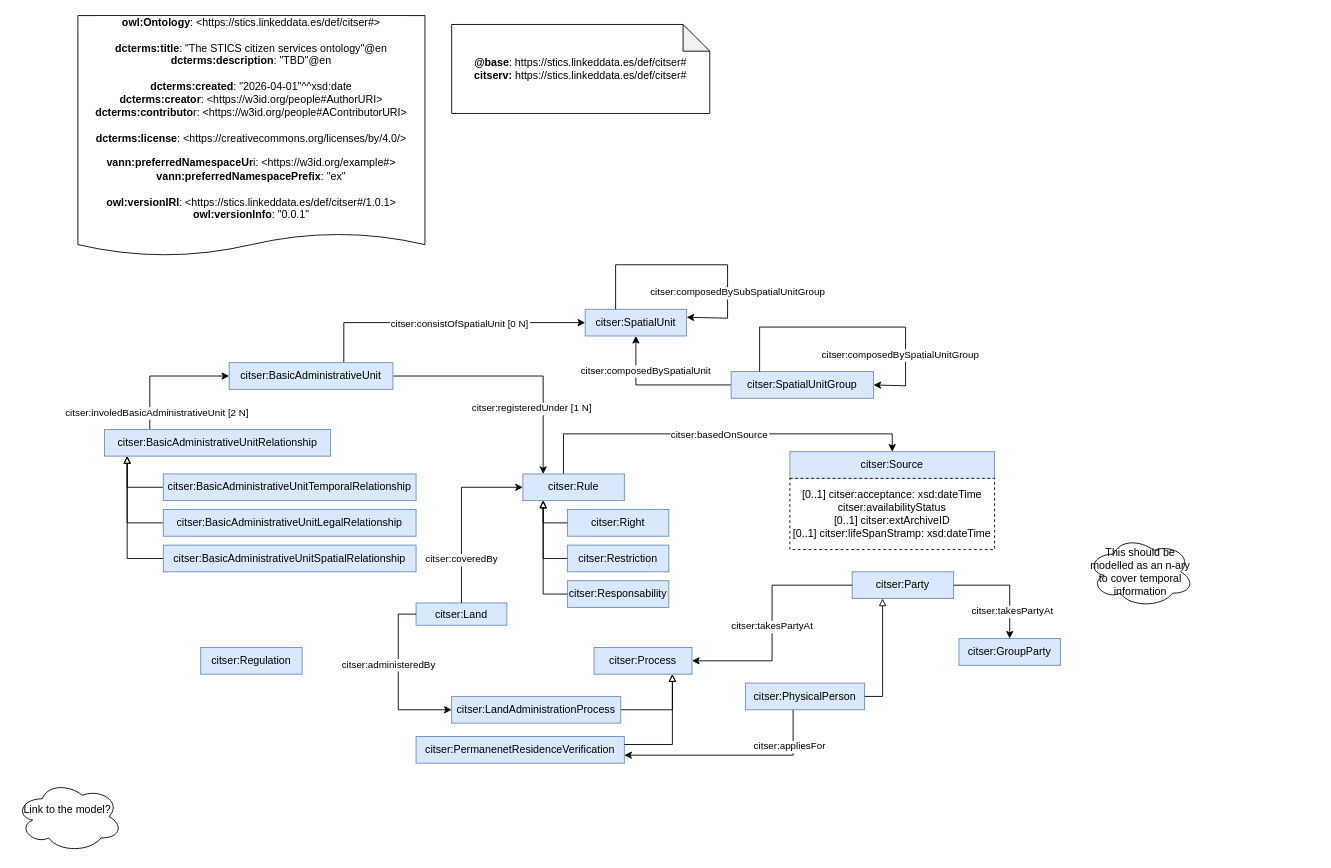
The draw.io diagram diagrams/citser.drawio in STICS-UPM/Ontology-Citizens-Services, before the edit. Source tidied: cells renumbered, new cells numbered last; positions are measured from the earlier drawing's top-left corner, leaving out a move shared by most shapes. Both pictures are drawn from the tidied source at 89%, with x=0, y=0 at pixel (15, 15).
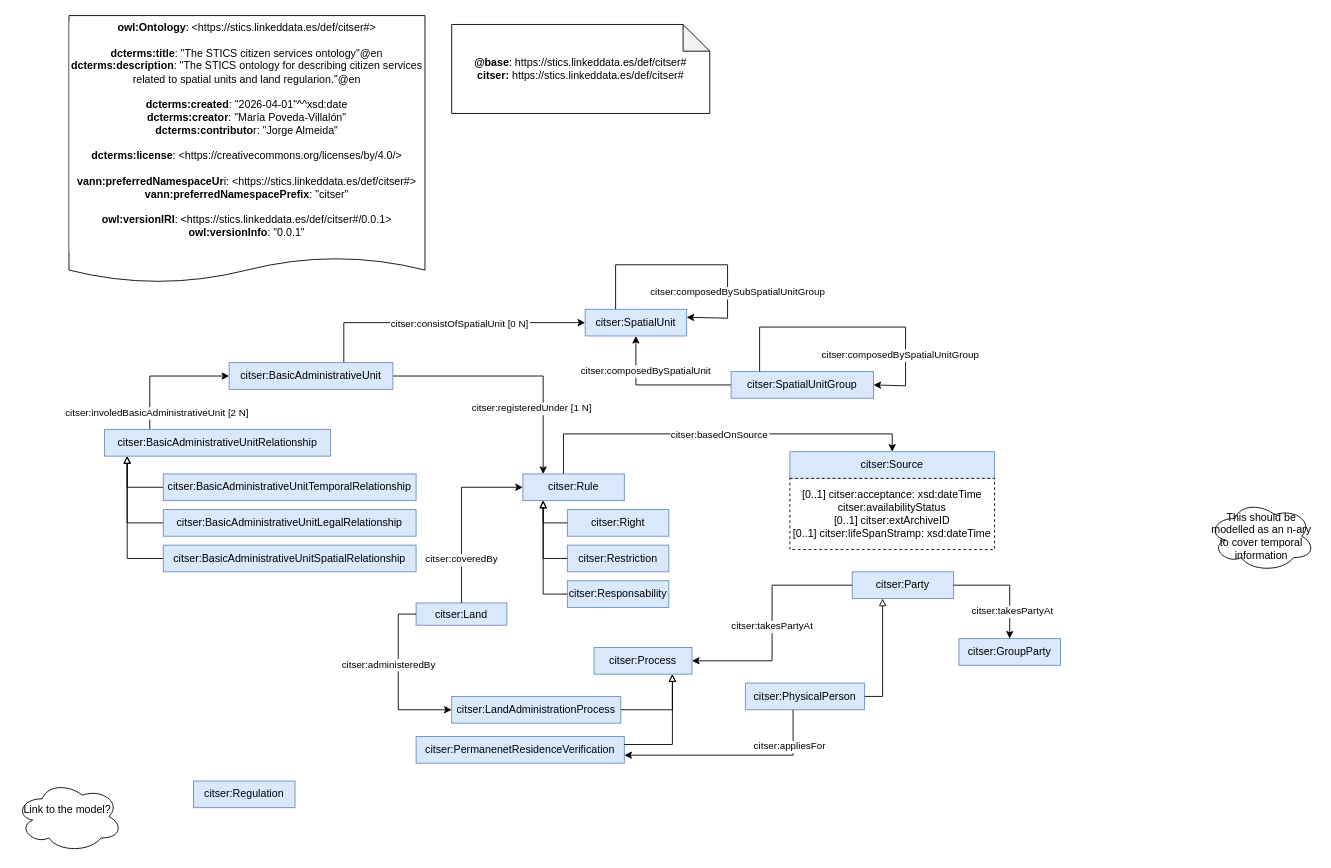
After the change.

Change to the diagram source:
```diff
@@
-    <mxCell id="3" value="&lt;div&gt;&lt;b style=&quot;border-color: var(--border-color);&quot;&gt;owl:Ontology&lt;/b&gt;: &amp;lt;https://stics.linkeddata.es/def/citser#&amp;gt;&lt;b&gt;&lt;br&gt;&lt;/b&gt;&lt;/div&gt;&lt;div&gt;&lt;b&gt;&lt;br&gt;&lt;/b&gt;&lt;/div&gt;&lt;div&gt;&lt;span style=&quot;background-color: light-dark(rgb(255, 255, 255), rgb(18, 18, 18));&quot;&gt;&lt;b&gt;dcterms&lt;/b&gt;&lt;/span&gt;&lt;b&gt;:title&lt;/b&gt;: &quot;The STICS citizen services ontology&quot;@en &lt;br&gt;&lt;b&gt;dcterms&lt;/b&gt;&lt;b&gt;:description&lt;/b&gt;: &quot;TBD&quot;@en &lt;br&gt;&lt;br&gt;&lt;b&gt;dcterms&lt;/b&gt;&lt;b&gt;:created&lt;/b&gt;: &quot;2026-04-01&quot;^^xsd:date &lt;br&gt;&lt;b&gt;dcterms&lt;/b&gt;&lt;b&gt;:creator&lt;/b&gt;: &amp;lt;https://w3id.org/people#AuthorURI&amp;gt;&lt;br&gt;&lt;b&gt;dcterms&lt;/b&gt;&lt;b&gt;:contributo&lt;/b&gt;r: &amp;lt;https://w3id.org/people#AContributorURI&amp;gt;&lt;br&gt;&lt;br&gt;&lt;b&gt;dcterms&lt;/b&gt;&lt;b&gt;:license&lt;/b&gt;: &amp;lt;https://creativecommons.org/licenses/by/4.0/&amp;gt;&lt;br&gt;&lt;/div&gt;&lt;div&gt;&lt;br&gt;&lt;/div&gt;&lt;div&gt;&lt;b&gt;vann:preferredNamespaceUr&lt;/b&gt;i: &amp;lt;https://w3id.org/example#&amp;gt;&lt;br&gt;&lt;b&gt;vann:preferredNamespacePrefix&lt;/b&gt;: &quot;ex&quot; &lt;br&gt;&lt;br&gt;&lt;b&gt;owl:versionIRI&lt;/b&gt;: &amp;lt;https://stics.linkeddata.es/def/citser#/1.0.1&amp;gt;&lt;br&gt;&lt;b&gt;owl:versionInfo&lt;/b&gt;: &quot;0.0.1&quot;&lt;br&gt;&lt;br&gt;&lt;/div&gt;" style="shape=document;whiteSpace=wrap;html=1;boundedLbl=1;labelBackgroundColor=#ffffff;strokeColor=#000000;fontSize=12;fontColor=#000000;size=0.09375;" parent="1" vertex="1">
-      <mxGeometry x="70" width="390" height="270" as="geometry" />
+    <mxCell id="3" value="&lt;div&gt;&lt;b style=&quot;border-color: var(--border-color);&quot;&gt;owl:Ontology&lt;/b&gt;: &amp;lt;https://stics.linkeddata.es/def/citser#&amp;gt;&lt;b&gt;&lt;br&gt;&lt;/b&gt;&lt;/div&gt;&lt;div&gt;&lt;b&gt;&lt;br&gt;&lt;/b&gt;&lt;/div&gt;&lt;div&gt;&lt;span style=&quot;background-color: light-dark(rgb(255, 255, 255), rgb(18, 18, 18));&quot;&gt;&lt;b&gt;dcterms&lt;/b&gt;&lt;/span&gt;&lt;b&gt;:title&lt;/b&gt;: &quot;The STICS citizen services ontology&quot;@en &lt;br&gt;&lt;b&gt;dcterms&lt;/b&gt;&lt;b&gt;:description&lt;/b&gt;: &quot;The STICS ontology for describing citizen services related to spatial units and land regularion.&quot;@en &lt;br&gt;&lt;br&gt;&lt;b&gt;dcterms&lt;/b&gt;&lt;b&gt;:created&lt;/b&gt;: &quot;2026-04-01&quot;^^xsd:date &lt;br&gt;&lt;b&gt;dcterms&lt;/b&gt;&lt;b&gt;:creator&lt;/b&gt;: &quot;María Poveda-Villalón&quot;&lt;br&gt;&lt;b&gt;dcterms&lt;/b&gt;&lt;b&gt;:contributo&lt;/b&gt;r: &quot;Jorge Almeida&quot;&lt;/div&gt;&lt;div&gt;&lt;br&gt;&lt;b&gt;dcterms&lt;/b&gt;&lt;b&gt;:license&lt;/b&gt;: &amp;lt;https://creativecommons.org/licenses/by/4.0/&amp;gt;&lt;br&gt;&lt;/div&gt;&lt;div&gt;&lt;br&gt;&lt;/div&gt;&lt;div&gt;&lt;b&gt;vann:preferredNamespaceUr&lt;/b&gt;i: &amp;lt;https://stics.linkeddata.es/def/citser#&amp;gt;&lt;br&gt;&lt;b&gt;vann:preferredNamespacePrefix&lt;/b&gt;: &quot;citser&quot; &lt;br&gt;&lt;br&gt;&lt;b&gt;owl:versionIRI&lt;/b&gt;: &amp;lt;https://stics.linkeddata.es/def/citser#/0.0.1&amp;gt;&lt;br&gt;&lt;b&gt;owl:versionInfo&lt;/b&gt;: &quot;0.0.1&quot;&lt;br&gt;&lt;br&gt;&lt;/div&gt;" style="shape=document;whiteSpace=wrap;html=1;boundedLbl=1;labelBackgroundColor=#ffffff;strokeColor=#000000;fontSize=12;fontColor=#000000;size=0.09375;" parent="1" vertex="1">
+      <mxGeometry x="60" width="400" height="300" as="geometry" />
     </mxCell>
-    <mxCell id="4" value="&lt;div&gt;&lt;b&gt;@base&lt;/b&gt;:&amp;nbsp;&lt;span style=&quot;background-color: rgb(255, 255, 255);&quot;&gt;https://stics.linkeddata.es/def/citser#&lt;/span&gt;&lt;/div&gt;&lt;div style=&quot;&quot;&gt;&lt;b&gt;citserv:&lt;/b&gt;&amp;nbsp;&lt;span style=&quot;background-color: rgb(255, 255, 255);&quot;&gt;https://stics.linkeddata.es/def/citser#&lt;/span&gt;&lt;/div&gt;" style="shape=note;whiteSpace=wrap;html=1;backgroundOutline=1;darkOpacity=0.05;" parent="1" vertex="1">
+    <mxCell id="4" value="&lt;div&gt;&lt;b&gt;@base&lt;/b&gt;:&amp;nbsp;&lt;span style=&quot;background-color: rgb(255, 255, 255);&quot;&gt;https://stics.linkeddata.es/def/citser#&lt;/span&gt;&lt;/div&gt;&lt;div style=&quot;&quot;&gt;&lt;b&gt;citser:&lt;/b&gt;&amp;nbsp;&lt;span style=&quot;background-color: rgb(255, 255, 255);&quot;&gt;https://stics.linkeddata.es/def/citser#&lt;/span&gt;&lt;/div&gt;" style="shape=note;whiteSpace=wrap;html=1;backgroundOutline=1;darkOpacity=0.05;" parent="1" vertex="1">
       <mxGeometry x="490" y="10" width="290" height="100" as="geometry" />
     </mxCell>
@@
     <mxCell id="16" value="citser:Regulation" style="rounded=0;whiteSpace=wrap;html=1;fillColor=#dae8fc;strokeColor=#6c8ebf;" parent="1" vertex="1">
-      <mxGeometry x="208" y="710" width="114" height="30" as="geometry" />
+      <mxGeometry x="200" y="860" width="114" height="30" as="geometry" />
     </mxCell>
@@
     <mxCell id="48" value="This should be modelled as an n-ary to cover temporal information" style="ellipse;shape=cloud;whiteSpace=wrap;html=1;" parent="1" vertex="1">
-      <mxGeometry x="1204" y="585" width="120" height="80" as="geometry" />
+      <mxGeometry x="1340" y="545" width="120" height="80" as="geometry" />
     </mxCell>
```
